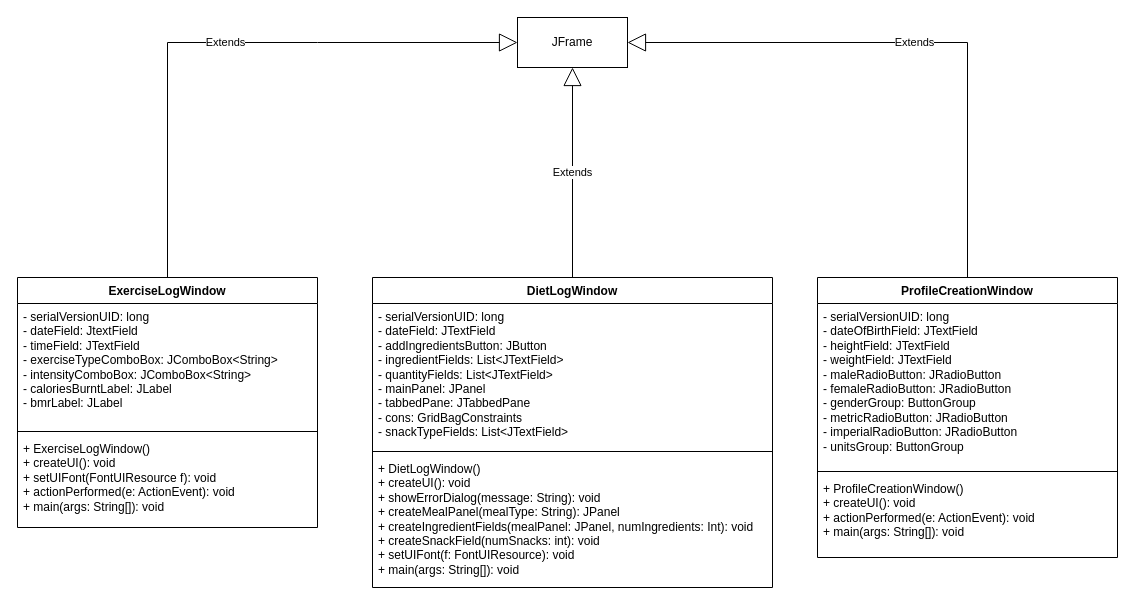
This is UML/ProjectPart1UML.drawio from MM120-i/EECS3311-Project, a draw.io file, before an edit. Source tidied: cells renumbered, new cells numbered last; positions are measured from the earlier drawing's top-left corner, leaving out a move shared by most shapes. Both pictures are drawn from the tidied source at 100%, with x=0, y=0 at pixel (17, 17).
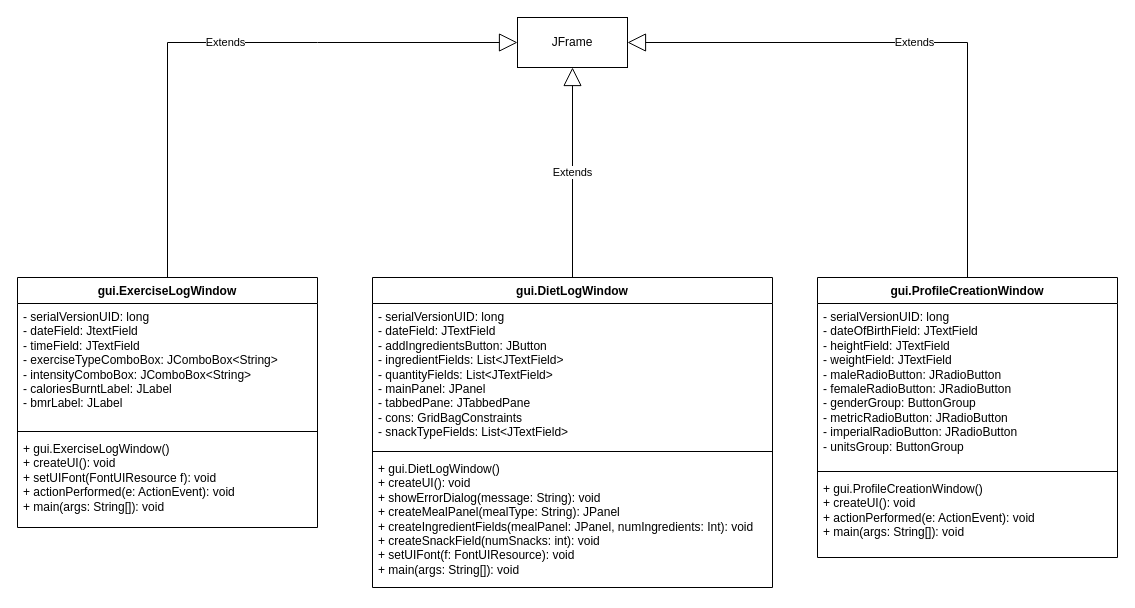
The same page after the edit.

The edit, as a diff of the source:
```diff
@@
-    <mxCell id="3" value="ExerciseLogWindow" style="swimlane;fontStyle=1;align=center;verticalAlign=top;horizontal=1;startSize=26;whiteSpace=wrap;html=1;" parent="1" vertex="1">
+    <mxCell id="3" value="gui.ExerciseLogWindow" style="swimlane;fontStyle=1;align=center;verticalAlign=top;horizontal=1;startSize=26;whiteSpace=wrap;html=1;" parent="1" vertex="1">
       <mxGeometry y="260" width="300" height="250" as="geometry" />
     </mxCell>
@@
-    <mxCell id="6" value="+ ExerciseLogWindow()&lt;br&gt;+ createUI(): void&lt;br&gt;+ setUIFont(FontUIResource f): void&lt;br&gt;+ actionPerformed(e: ActionEvent): void&lt;br&gt;+ main(args: String[]): void" style="text;strokeColor=none;fillColor=none;align=left;verticalAlign=top;spacingLeft=4;spacingRight=4;overflow=hidden;whiteSpace=wrap;html=1;" parent="3" vertex="1">
+    <mxCell id="6" value="+ gui.ExerciseLogWindow()&lt;br&gt;+ createUI(): void&lt;br&gt;+ setUIFont(FontUIResource f): void&lt;br&gt;+ actionPerformed(e: ActionEvent): void&lt;br&gt;+ main(args: String[]): void" style="text;strokeColor=none;fillColor=none;align=left;verticalAlign=top;spacingLeft=4;spacingRight=4;overflow=hidden;whiteSpace=wrap;html=1;" parent="3" vertex="1">
       <mxGeometry y="158" width="300" height="92" as="geometry" />
     </mxCell>
@@
-    <mxCell id="8" value="DietLogWindow" style="swimlane;fontStyle=1;align=center;verticalAlign=top;horizontal=1;startSize=26;whiteSpace=wrap;html=1;" parent="1" vertex="1">
+    <mxCell id="8" value="gui.DietLogWindow" style="swimlane;fontStyle=1;align=center;verticalAlign=top;horizontal=1;startSize=26;whiteSpace=wrap;html=1;" parent="1" vertex="1">
       <mxGeometry x="355" y="260" width="400" height="310" as="geometry" />
     </mxCell>
@@
-    <mxCell id="11" value="+ DietLogWindow()&lt;br&gt;+ createUI(): void&lt;br&gt;+ showErrorDialog(message: String): void&lt;br&gt;+ createMealPanel(mealType: String): JPanel&lt;br&gt;+ createIngredientFields(mealPanel: JPanel, numIngredients: Int): void&lt;br&gt;+ createSnackField(numSnacks: int): void&lt;br&gt;+ setUIFont(f: FontUIResource): void&lt;br&gt;+ main(args: String[]): void" style="text;strokeColor=none;fillColor=none;align=left;verticalAlign=top;spacingLeft=4;spacingRight=4;overflow=hidden;whiteSpace=wrap;html=1;" parent="8" vertex="1">
+    <mxCell id="11" value="+ gui.DietLogWindow()&lt;br&gt;+ createUI(): void&lt;br&gt;+ showErrorDialog(message: String): void&lt;br&gt;+ createMealPanel(mealType: String): JPanel&lt;br&gt;+ createIngredientFields(mealPanel: JPanel, numIngredients: Int): void&lt;br&gt;+ createSnackField(numSnacks: int): void&lt;br&gt;+ setUIFont(f: FontUIResource): void&lt;br&gt;+ main(args: String[]): void" style="text;strokeColor=none;fillColor=none;align=left;verticalAlign=top;spacingLeft=4;spacingRight=4;overflow=hidden;whiteSpace=wrap;html=1;" parent="8" vertex="1">
       <mxGeometry y="178" width="400" height="132" as="geometry" />
     </mxCell>
@@
-    <mxCell id="13" value="ProfileCreationWindow" style="swimlane;fontStyle=1;align=center;verticalAlign=top;horizontal=1;startSize=26;whiteSpace=wrap;html=1;" parent="1" vertex="1">
+    <mxCell id="13" value="gui.ProfileCreationWindow" style="swimlane;fontStyle=1;align=center;verticalAlign=top;horizontal=1;startSize=26;whiteSpace=wrap;html=1;" parent="1" vertex="1">
       <mxGeometry x="800" y="260" width="300" height="280" as="geometry" />
     </mxCell>
@@
-    <mxCell id="16" value="+ ProfileCreationWindow()&lt;br&gt;+ createUI(): void&lt;br&gt;+ actionPerformed(e: ActionEvent): void&lt;br&gt;+ main(args: String[]): void" style="text;strokeColor=none;fillColor=none;align=left;verticalAlign=top;spacingLeft=4;spacingRight=4;overflow=hidden;whiteSpace=wrap;html=1;" parent="13" vertex="1">
+    <mxCell id="16" value="+ gui.ProfileCreationWindow()&lt;br&gt;+ createUI(): void&lt;br&gt;+ actionPerformed(e: ActionEvent): void&lt;br&gt;+ main(args: String[]): void" style="text;strokeColor=none;fillColor=none;align=left;verticalAlign=top;spacingLeft=4;spacingRight=4;overflow=hidden;whiteSpace=wrap;html=1;" parent="13" vertex="1">
       <mxGeometry y="198" width="300" height="82" as="geometry" />
     </mxCell>
```
